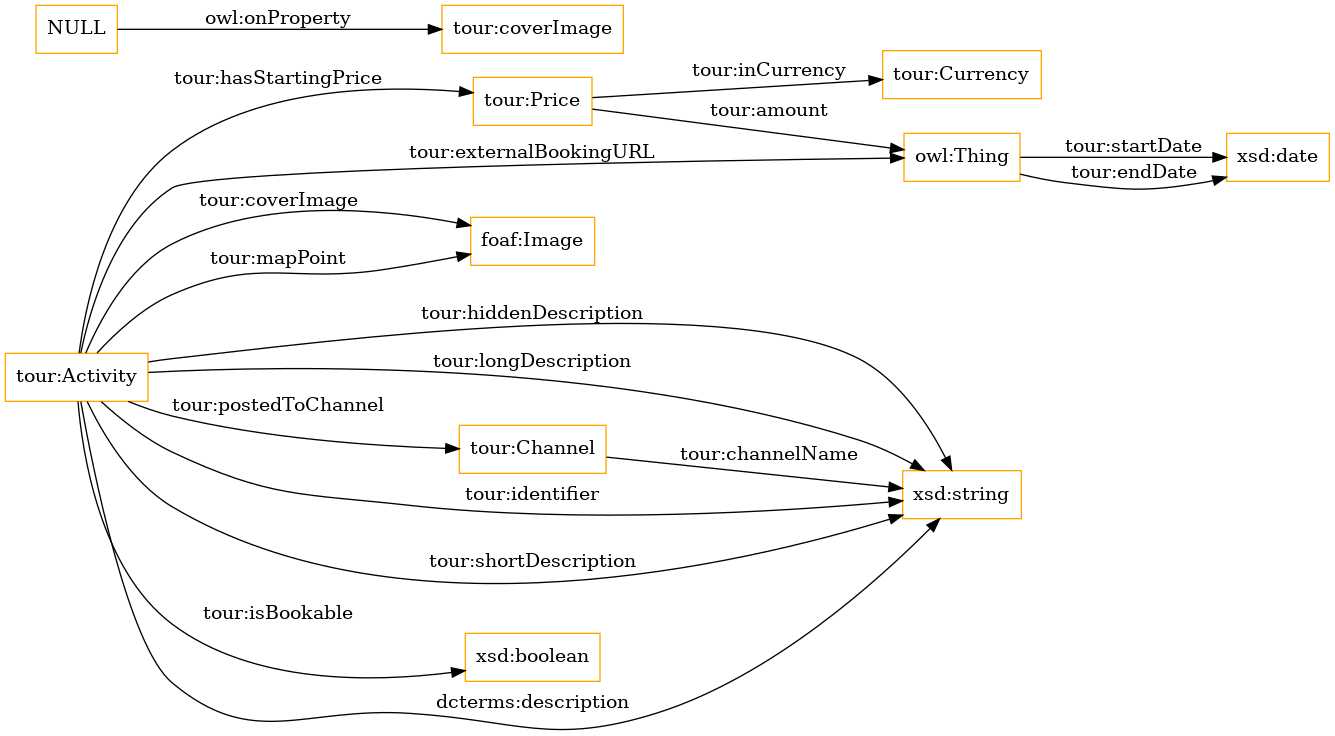
This is OnToology/ontology/tourism.ttl/diagrams/ar2dtool-class/tourism.ttl.png from oeg-upm/auroral-tourism-ontology, a Graphviz export, as it was before one commit. Its source is kept beside it as OnToology/ontology/tourism.ttl/diagrams/ar2dtool-class/tourism.ttl.png.dot. Source of this version:
```dot
digraph ar2dtool_diagram {
rankdir=LR;
size="1501"
node [shape = rectangle, color="orange"]; "tour:Price" "tour:Currency" "tour:Channel" "tour:Activity" "foaf:Image" ; /*classes style*/
	"NULL" -> "tour:coverImage" [ label = "owl:onProperty" ];
	"tour:Activity" -> "xsd:string" [ label = "tour:identifier" ];
	"tour:Activity" -> "xsd:string" [ label = "tour:shortDescription" ];
	"tour:Price" -> "tour:Currency" [ label = "tour:inCurrency" ];
	"tour:Activity" -> "tour:Channel" [ label = "tour:postedToChannel" ];
	"tour:Activity" -> "xsd:string" [ label = "dcterms:description" ];
	"tour:Channel" -> "xsd:string" [ label = "tour:channelName" ];
	"tour:Activity" -> "xsd:string" [ label = "tour:hiddenDescription" ];
	"tour:Activity" -> "xsd:boolean" [ label = "tour:isBookable" ];
	"owl:Thing" -> "xsd:date" [ label = "tour:startDate" ];
	"tour:Activity" -> "foaf:Image" [ label = "tour:coverImage" ];
	"tour:Activity" -> "xsd:string" [ label = "tour:longDescription" ];
	"tour:Activity" -> "owl:Thing" [ label = "tour:externalBookingURL" ];
	"tour:Activity" -> "foaf:Image" [ label = "tour:mapPoint" ];
	"tour:Price" -> "owl:Thing" [ label = "tour:amount" ];
	"owl:Thing" -> "xsd:date" [ label = "tour:endDate" ];
	"tour:Activity" -> "tour:Price" [ label = "tour:hasStartingPrice" ];

}
```
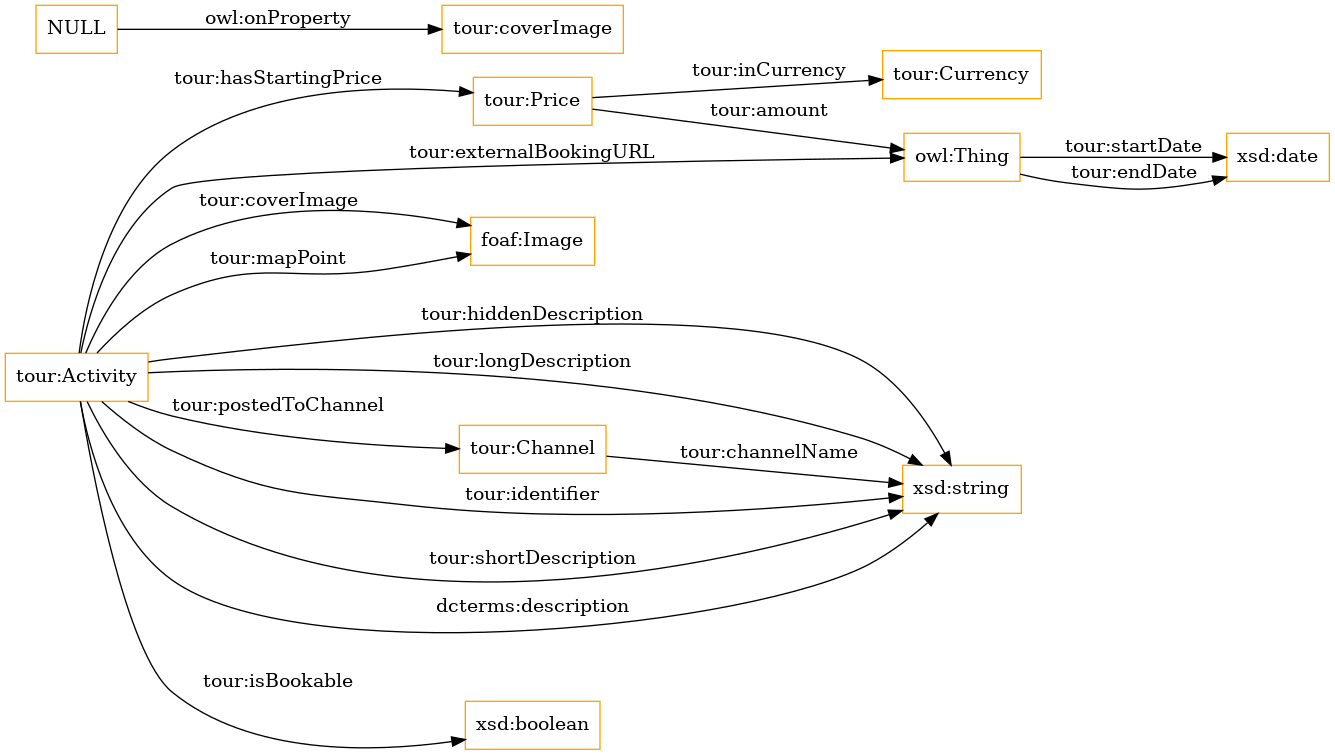
After the change.

Diff of the diagram source:
```diff
@@ -10,8 +10,8 @@
 	"tour:Activity" -> "xsd:string" [ label = "dcterms:description" ];
 	"tour:Channel" -> "xsd:string" [ label = "tour:channelName" ];
 	"tour:Activity" -> "xsd:string" [ label = "tour:hiddenDescription" ];
+	"owl:Thing" -> "xsd:date" [ label = "tour:startDate" ];
 	"tour:Activity" -> "xsd:boolean" [ label = "tour:isBookable" ];
-	"owl:Thing" -> "xsd:date" [ label = "tour:startDate" ];
 	"tour:Activity" -> "foaf:Image" [ label = "tour:coverImage" ];
 	"tour:Activity" -> "xsd:string" [ label = "tour:longDescription" ];
 	"tour:Activity" -> "owl:Thing" [ label = "tour:externalBookingURL" ];
```
